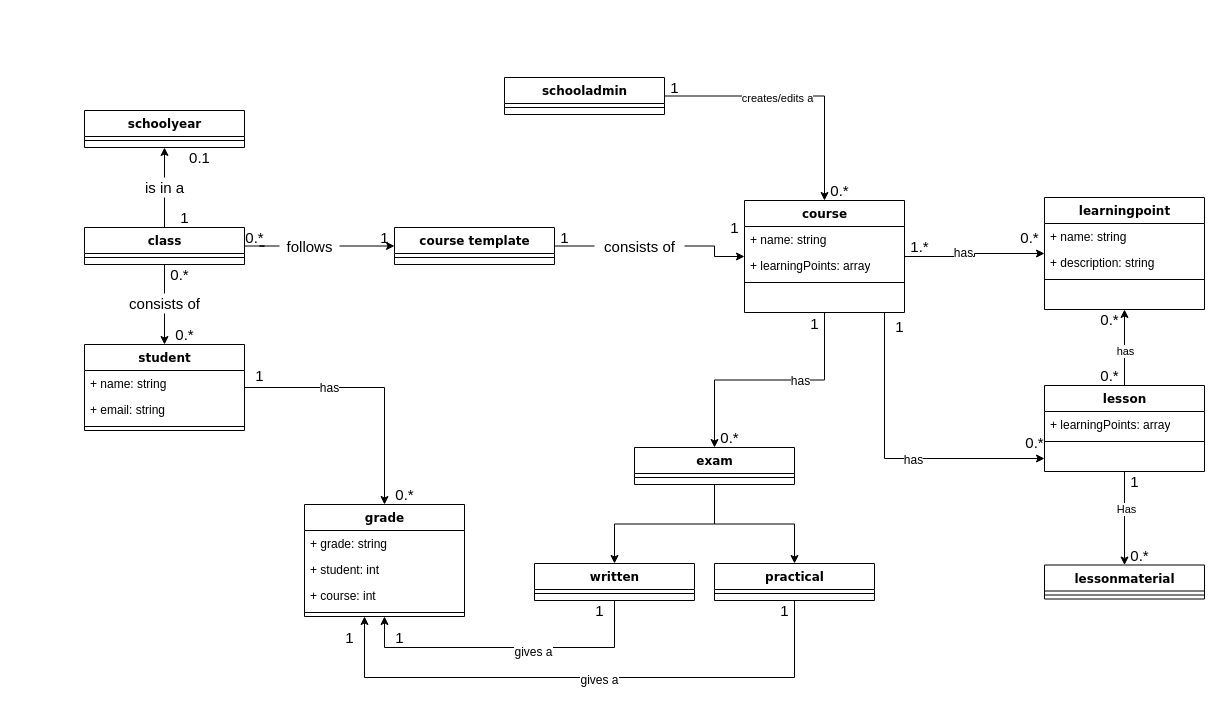
D-Hanna-HAN/OOSE keeps this draw.io diagram as docu/diagrams/domain diagram.drawio. Above is the earlier version. Source tidied: cells renumbered, new cells numbered last; positions are measured from the earlier drawing's top-left corner, leaving out a move shared by most shapes. Both pictures are drawn from the tidied source at 100%, with x=0, y=0 at pixel (84, 77).
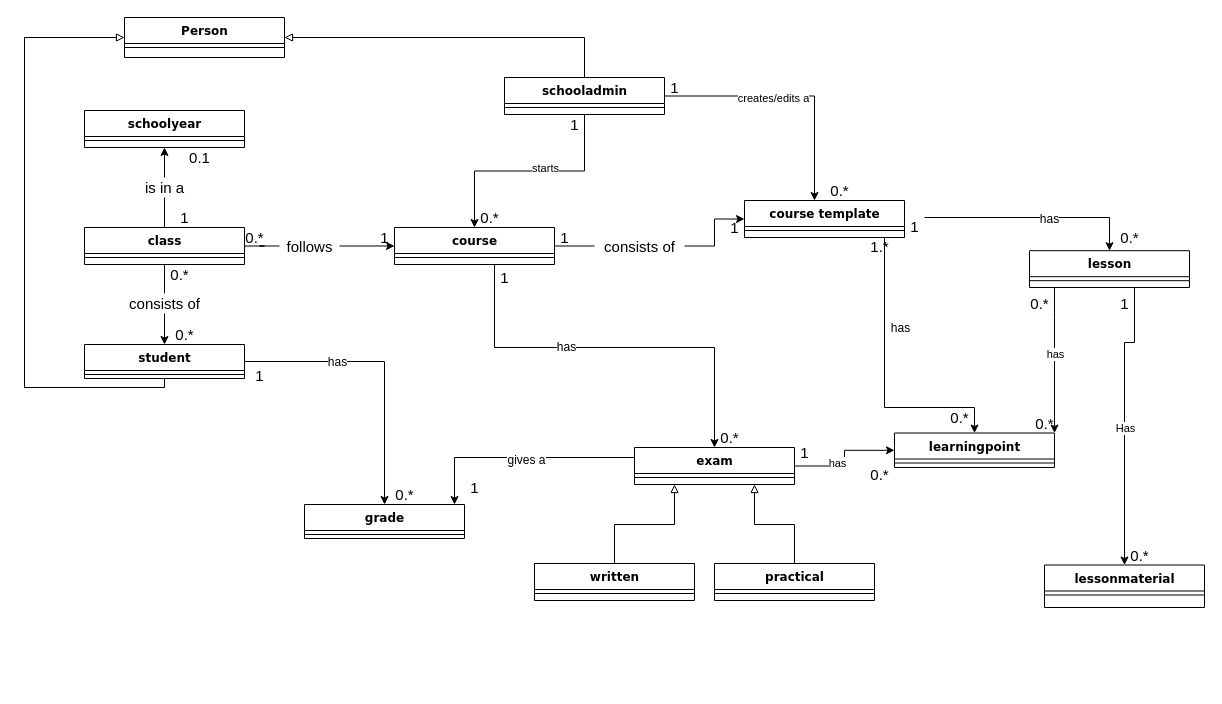
After the change.

Commit message (it also covers changes not shown here):
FO v1.3 added some fully dressed use cases and better domain model

Unchanged cells that the change refers to:
```xml
<mxCell id="41" value="exam" style="swimlane;html=1;fontStyle=1;align=center;verticalAlign=top;horizontal=1;startSize=26;swimlaneFillColor=#ffffff;rounded=0;shadow=0;comic=0;labelBackgroundColor=none;strokeWidth=1;fillColor=none;fontFamily=Verdana;fontSize=12;" parent="1" vertex="1">
  <mxGeometry x="550" y="370" width="160" height="37" as="geometry" />
</mxCell>
<mxCell id="45" value="written" style="swimlane;html=1;fontStyle=1;align=center;verticalAlign=top;horizontal=1;startSize=26;swimlaneFillColor=#ffffff;rounded=0;shadow=0;comic=0;labelBackgroundColor=none;strokeWidth=1;fillColor=none;fontFamily=Verdana;fontSize=12;" parent="1" vertex="1">
  <mxGeometry x="450" y="486" width="160" height="37" as="geometry" />
</mxCell>
<mxCell id="49" value="practical" style="swimlane;html=1;fontStyle=1;align=center;verticalAlign=top;horizontal=1;startSize=26;swimlaneFillColor=#ffffff;rounded=0;shadow=0;comic=0;labelBackgroundColor=none;strokeWidth=1;fillColor=none;fontFamily=Verdana;fontSize=12;" parent="1" vertex="1">
  <mxGeometry x="630" y="486" width="160" height="37" as="geometry" />
</mxCell>
<mxCell id="86" value="schooladmin" style="swimlane;html=1;fontStyle=1;align=center;verticalAlign=top;horizontal=1;startSize=26;swimlaneFillColor=#ffffff;rounded=0;shadow=0;comic=0;labelBackgroundColor=none;strokeWidth=1;fillColor=none;fontFamily=Verdana;fontSize=12;" parent="1" vertex="1">
  <mxGeometry x="420" width="160" height="37" as="geometry" />
</mxCell>
```

The edit, as a diff of the source:
```diff
@@
     <mxCell id="11" value="student" style="swimlane;html=1;fontStyle=1;align=center;verticalAlign=top;horizontal=1;startSize=26;swimlaneFillColor=#ffffff;rounded=0;shadow=0;comic=0;labelBackgroundColor=none;strokeWidth=1;fillColor=none;fontFamily=Verdana;fontSize=12;" parent="1" vertex="1">
-      <mxGeometry y="267" width="160" height="86" as="geometry" />
+      <mxGeometry y="267" width="160" height="34" as="geometry" />
     </mxCell>
-    <mxCell id="12" value="+ name: string" style="text;html=1;strokeColor=none;fillColor=none;align=left;verticalAlign=top;spacingLeft=4;spacingRight=4;whiteSpace=wrap;overflow=hidden;" parent="11" vertex="1">
-      <mxGeometry y="26" width="160" height="26" as="geometry" />
-    </mxCell>
-    <mxCell id="13" value="+ email: string" style="text;html=1;strokeColor=none;fillColor=none;align=left;verticalAlign=top;spacingLeft=4;spacingRight=4;whiteSpace=wrap;overflow=hidden;" parent="11" vertex="1">
-      <mxGeometry y="52" width="160" height="26" as="geometry" />
-    </mxCell>
     <mxCell id="14" style="line;html=1;strokeWidth=1;fillColor=none;align=left;verticalAlign=middle;spacingTop=-1;spacingLeft=3;spacingRight=3;labelPosition=right;" parent="11" vertex="1">
-      <mxGeometry y="78" width="160" height="8" as="geometry" />
+      <mxGeometry y="26" width="160" height="8" as="geometry" />
     </mxCell>
@@
-    <mxCell id="16" value="course template" style="swimlane;html=1;fontStyle=1;align=center;verticalAlign=top;horizontal=1;startSize=26;swimlaneFillColor=#ffffff;rounded=0;shadow=0;comic=0;labelBackgroundColor=none;strokeWidth=1;fillColor=none;fontFamily=Verdana;fontSize=12;" parent="1" vertex="1">
+    <mxCell id="16" value="course" style="swimlane;html=1;fontStyle=1;align=center;verticalAlign=top;horizontal=1;startSize=26;swimlaneFillColor=#ffffff;rounded=0;shadow=0;comic=0;labelBackgroundColor=none;strokeWidth=1;fillColor=none;fontFamily=Verdana;fontSize=12;" parent="1" vertex="1">
       <mxGeometry x="310" y="150" width="160" height="37" as="geometry" />
     </mxCell>
@@
-    <mxCell id="18" style="edgeStyle=orthogonalEdgeStyle;rounded=0;jettySize=auto;html=1;" parent="1" edge="1" source="24" target="32">
+    <mxCell id="18" style="edgeStyle=orthogonalEdgeStyle;rounded=0;jettySize=auto;html=1;startArrow=none;" parent="1" edge="1" source="78" target="32">
       <mxGeometry relative="1" as="geometry">
         <Array as="points">
-          <mxPoint x="800" y="381" />
+          <mxPoint x="1025" y="140" />
         </Array>
       </mxGeometry>
     </mxCell>
@@
     <mxCell id="20" style="edgeStyle=orthogonalEdgeStyle;rounded=0;jettySize=auto;html=1;" parent="1" edge="1" source="24" target="35">
-      <mxGeometry relative="1" as="geometry" />
+      <mxGeometry relative="1" as="geometry">
+        <Array as="points">
+          <mxPoint x="800" y="330" />
+          <mxPoint x="890" y="330" />
+        </Array>
+      </mxGeometry>
     </mxCell>
@@
-    <mxCell id="22" style="edgeStyle=orthogonalEdgeStyle;rounded=0;jettySize=auto;html=1;" parent="1" edge="1" source="24" target="41">
-      <mxGeometry relative="1" as="geometry" />
+    <mxCell id="22" style="edgeStyle=orthogonalEdgeStyle;rounded=0;jettySize=auto;html=1;" parent="1" edge="1" source="16" target="41">
+      <mxGeometry relative="1" as="geometry">
+        <Array as="points">
+          <mxPoint x="410" y="270" />
+          <mxPoint x="630" y="270" />
+        </Array>
+      </mxGeometry>
     </mxCell>
@@
-    <mxCell id="24" value="course" style="swimlane;html=1;fontStyle=1;align=center;verticalAlign=top;horizontal=1;startSize=26;swimlaneFillColor=#ffffff;rounded=0;shadow=0;comic=0;labelBackgroundColor=none;strokeWidth=1;fillColor=none;fontFamily=Verdana;fontSize=12;" parent="1" vertex="1">
-      <mxGeometry x="660" y="123" width="160" height="112" as="geometry" />
+    <mxCell id="24" value="course template" style="swimlane;html=1;fontStyle=1;align=center;verticalAlign=top;horizontal=1;startSize=26;swimlaneFillColor=#ffffff;rounded=0;shadow=0;comic=0;labelBackgroundColor=none;strokeWidth=1;fillColor=none;fontFamily=Verdana;fontSize=12;" parent="1" vertex="1">
+      <mxGeometry x="660" y="123" width="160" height="37" as="geometry" />
     </mxCell>
-    <mxCell id="25" value="+ name: string" style="text;html=1;strokeColor=none;fillColor=none;align=left;verticalAlign=top;spacingLeft=4;spacingRight=4;whiteSpace=wrap;overflow=hidden;" parent="24" vertex="1">
-      <mxGeometry y="26" width="160" height="26" as="geometry" />
-    </mxCell>
-    <mxCell id="26" value="+ learningPoints: array" style="text;html=1;strokeColor=none;fillColor=none;align=left;verticalAlign=top;spacingLeft=4;spacingRight=4;whiteSpace=wrap;overflow=hidden;" parent="24" vertex="1">
-      <mxGeometry y="52" width="160" height="26" as="geometry" />
-    </mxCell>
     <mxCell id="27" style="line;html=1;strokeWidth=1;fillColor=none;align=left;verticalAlign=middle;spacingTop=-1;spacingLeft=3;spacingRight=3;labelPosition=right;" parent="24" vertex="1">
-      <mxGeometry y="78" width="160" height="8" as="geometry" />
+      <mxGeometry y="26" width="160" height="8" as="geometry" />
     </mxCell>
     <mxCell id="28" style="edgeStyle=orthogonalEdgeStyle;rounded=0;jettySize=auto;html=1;" parent="1" edge="1" source="32" target="35">
-      <mxGeometry relative="1" as="geometry" />
+      <mxGeometry relative="1" as="geometry">
+        <Array as="points">
+          <mxPoint x="970" y="240" />
+          <mxPoint x="970" y="240" />
+        </Array>
+      </mxGeometry>
     </mxCell>
@@
     <mxCell id="30" style="edgeStyle=orthogonalEdgeStyle;rounded=0;jettySize=auto;html=1;" parent="1" edge="1" source="32" target="88">
-      <mxGeometry relative="1" as="geometry" />
+      <mxGeometry relative="1" as="geometry">
+        <Array as="points">
+          <mxPoint x="1050" y="265" />
+          <mxPoint x="1040" y="265" />
+        </Array>
+      </mxGeometry>
     </mxCell>
     <mxCell id="31" value="Has" style="edgeLabel;html=1;align=center;verticalAlign=middle;" parent="30" vertex="1">
-      <mxGeometry x="-0.2" y="1" relative="1" as="geometry" />
+      <mxGeometry x="-0.2" y="1" relative="1" as="geometry">
+        <mxPoint x="-1" y="35" as="offset" />
+      </mxGeometry>
     </mxCell>
     <mxCell id="32" value="lesson" style="swimlane;html=1;fontStyle=1;align=center;verticalAlign=top;horizontal=1;startSize=26;swimlaneFillColor=#ffffff;rounded=0;shadow=0;comic=0;labelBackgroundColor=none;strokeWidth=1;fillColor=none;fontFamily=Verdana;fontSize=12;" parent="1" vertex="1">
-      <mxGeometry x="960" y="308" width="160" height="86" as="geometry" />
+      <mxGeometry x="945" y="173.2" width="160" height="36.8" as="geometry" />
     </mxCell>
-    <mxCell id="33" value="+ learningPoints: array" style="text;html=1;strokeColor=none;fillColor=none;align=left;verticalAlign=top;spacingLeft=4;spacingRight=4;whiteSpace=wrap;overflow=hidden;" parent="32" vertex="1">
-      <mxGeometry y="26" width="160" height="26" as="geometry" />
-    </mxCell>
     <mxCell id="34" style="line;html=1;strokeWidth=1;fillColor=none;align=left;verticalAlign=middle;spacingTop=-1;spacingLeft=3;spacingRight=3;labelPosition=right;" parent="32" vertex="1">
-      <mxGeometry y="52" width="160" height="8" as="geometry" />
+      <mxGeometry y="26" width="160" height="8" as="geometry" />
     </mxCell>
     <mxCell id="35" value="learningpoint" style="swimlane;html=1;fontStyle=1;align=center;verticalAlign=top;horizontal=1;startSize=26;swimlaneFillColor=#ffffff;rounded=0;shadow=0;comic=0;labelBackgroundColor=none;strokeWidth=1;fillColor=none;fontFamily=Verdana;fontSize=12;" parent="1" vertex="1">
-      <mxGeometry x="960" y="120" width="160" height="112" as="geometry" />
+      <mxGeometry x="810" y="355.5" width="160" height="34.5" as="geometry" />
     </mxCell>
-    <mxCell id="36" value="+ name: string" style="text;html=1;strokeColor=none;fillColor=none;align=left;verticalAlign=top;spacingLeft=4;spacingRight=4;whiteSpace=wrap;overflow=hidden;" parent="35" vertex="1">
-      <mxGeometry y="26" width="160" height="26" as="geometry" />
-    </mxCell>
-    <mxCell id="37" value="+ description: string" style="text;html=1;strokeColor=none;fillColor=none;align=left;verticalAlign=top;spacingLeft=4;spacingRight=4;whiteSpace=wrap;overflow=hidden;" parent="35" vertex="1">
-      <mxGeometry y="52" width="160" height="26" as="geometry" />
-    </mxCell>
     <mxCell id="38" style="line;html=1;strokeWidth=1;fillColor=none;align=left;verticalAlign=middle;spacingTop=-1;spacingLeft=3;spacingRight=3;labelPosition=right;" parent="35" vertex="1">
-      <mxGeometry y="78" width="160" height="8" as="geometry" />
+      <mxGeometry y="26" width="160" height="8" as="geometry" />
     </mxCell>
-    <mxCell id="39" style="edgeStyle=orthogonalEdgeStyle;rounded=0;jettySize=auto;html=1;" parent="1" edge="1" source="41" target="45">
-      <mxGeometry relative="1" as="geometry" />
+    <mxCell id="39" style="edgeStyle=orthogonalEdgeStyle;rounded=0;jettySize=auto;html=1;startArrow=block;startFill=0;endArrow=none;endFill=0;" parent="1" edge="1" source="41" target="45">
+      <mxGeometry relative="1" as="geometry">
+        <Array as="points">
+          <mxPoint x="590" y="447" />
+          <mxPoint x="530" y="447" />
+        </Array>
+      </mxGeometry>
     </mxCell>
-    <mxCell id="40" style="edgeStyle=orthogonalEdgeStyle;rounded=0;jettySize=auto;html=1;" parent="1" edge="1" source="41" target="49">
-      <mxGeometry relative="1" as="geometry" />
+    <mxCell id="40" style="edgeStyle=orthogonalEdgeStyle;rounded=0;jettySize=auto;html=1;endArrow=none;endFill=0;startArrow=block;startFill=0;" parent="1" edge="1" source="41" target="49">
+      <mxGeometry relative="1" as="geometry">
+        <Array as="points">
+          <mxPoint x="670" y="447" />
+          <mxPoint x="710" y="447" />
+        </Array>
+      </mxGeometry>
     </mxCell>
+    <mxCell id="96" style="edgeStyle=orthogonalEdgeStyle;rounded=0;jettySize=auto;html=1;startArrow=none;startFill=0;endArrow=classic;endFill=1;" parent="1" edge="1" source="41" target="35">
+      <mxGeometry relative="1" as="geometry" />
+    </mxCell>
+    <mxCell id="97" value="has" style="edgeLabel;html=1;align=center;verticalAlign=middle;" parent="96" vertex="1">
+      <mxGeometry x="-0.27" y="3" relative="1" as="geometry" />
+    </mxCell>
@@
-    <mxCell id="43" style="edgeStyle=orthogonalEdgeStyle;rounded=0;jettySize=auto;html=1;" parent="1" edge="1" source="45" target="51">
-      <mxGeometry relative="1" as="geometry">
-        <Array as="points">
-          <mxPoint x="530" y="570" />
-          <mxPoint x="300" y="570" />
-        </Array>
-      </mxGeometry>
-    </mxCell>
-    <mxCell id="44" value="gives a" style="edgeLabel;html=1;align=center;verticalAlign=middle;fontSize=12;" parent="43" vertex="1">
-      <mxGeometry x="-0.16" y="4" relative="1" as="geometry" />
-    </mxCell>
@@
-    <mxCell id="47" style="edgeStyle=orthogonalEdgeStyle;rounded=0;jettySize=auto;html=1;" parent="1" edge="1" source="49" target="51">
+    <mxCell id="47" style="edgeStyle=orthogonalEdgeStyle;rounded=0;jettySize=auto;html=1;" parent="1" edge="1" source="41" target="51">
       <mxGeometry relative="1" as="geometry">
         <Array as="points">
-          <mxPoint x="710" y="600" />
-          <mxPoint x="280" y="600" />
+          <mxPoint x="370" y="380" />
         </Array>
       </mxGeometry>
     </mxCell>
@@
     <mxCell id="51" value="grade" style="swimlane;html=1;fontStyle=1;align=center;verticalAlign=top;horizontal=1;startSize=26;swimlaneFillColor=#ffffff;rounded=0;shadow=0;comic=0;labelBackgroundColor=none;strokeWidth=1;fillColor=none;fontFamily=Verdana;fontSize=12;" parent="1" vertex="1">
-      <mxGeometry x="220" y="427" width="160" height="112" as="geometry" />
+      <mxGeometry x="220" y="427" width="160" height="34" as="geometry" />
     </mxCell>
-    <mxCell id="52" value="+ grade: string" style="text;html=1;strokeColor=none;fillColor=none;align=left;verticalAlign=top;spacingLeft=4;spacingRight=4;whiteSpace=wrap;overflow=hidden;" parent="51" vertex="1">
-      <mxGeometry y="26" width="160" height="26" as="geometry" />
-    </mxCell>
-    <mxCell id="53" value="+ student: int" style="text;html=1;strokeColor=none;fillColor=none;align=left;verticalAlign=top;spacingLeft=4;spacingRight=4;whiteSpace=wrap;overflow=hidden;" parent="51" vertex="1">
-      <mxGeometry y="52" width="160" height="26" as="geometry" />
-    </mxCell>
-    <mxCell id="54" value="+ course: int" style="text;html=1;strokeColor=none;fillColor=none;align=left;verticalAlign=top;spacingLeft=4;spacingRight=4;whiteSpace=wrap;overflow=hidden;" parent="51" vertex="1">
-      <mxGeometry y="78" width="160" height="26" as="geometry" />
-    </mxCell>
     <mxCell id="55" style="line;html=1;strokeWidth=1;fillColor=none;align=left;verticalAlign=middle;spacingTop=-1;spacingLeft=3;spacingRight=3;labelPosition=right;" parent="51" vertex="1">
-      <mxGeometry y="104" width="160" height="8" as="geometry" />
+      <mxGeometry y="26" width="160" height="8" as="geometry" />
     </mxCell>
@@
     <mxCell id="74" value="&lt;font style=&quot;font-size: 15px&quot;&gt;1&lt;/font&gt;" style="text;html=1;align=center;verticalAlign=middle;strokeColor=none;fillColor=none;" parent="1" vertex="1">
-      <mxGeometry x="720" y="236" width="20" height="20" as="geometry" />
+      <mxGeometry x="410" y="190" width="20" height="20" as="geometry" />
     </mxCell>
@@
     <mxCell id="76" value="&lt;font style=&quot;font-size: 15px&quot;&gt;1.*&lt;/font&gt;" style="text;html=1;align=center;verticalAlign=middle;strokeColor=none;fillColor=none;" parent="1" vertex="1">
-      <mxGeometry x="820" y="158.5" width="30" height="20" as="geometry" />
+      <mxGeometry x="780" y="158.5" width="30" height="20" as="geometry" />
     </mxCell>
     <mxCell id="77" value="&lt;font style=&quot;font-size: 15px&quot;&gt;0.*&lt;/font&gt;" style="text;html=1;align=center;verticalAlign=middle;strokeColor=none;fillColor=none;" parent="1" vertex="1">
-      <mxGeometry x="930" y="150" width="30" height="20" as="geometry" />
+      <mxGeometry x="860" y="330" width="30" height="20" as="geometry" />
     </mxCell>
-    <mxCell id="78" value="&lt;font style=&quot;font-size: 15px&quot;&gt;1&lt;/font&gt;" style="text;html=1;align=center;verticalAlign=middle;points=[];strokeColor=none;fillColor=none;" parent="1" vertex="1">
-      <mxGeometry x="805" y="239" width="20" height="20" as="geometry" />
-    </mxCell>
     <mxCell id="79" value="&lt;font style=&quot;font-size: 15px&quot;&gt;0.*&lt;/font&gt;" style="text;html=1;align=center;verticalAlign=middle;strokeColor=none;fillColor=none;" parent="1" vertex="1">
-      <mxGeometry x="935" y="355" width="30" height="20" as="geometry" />
+      <mxGeometry x="1030" y="150" width="30" height="20" as="geometry" />
     </mxCell>
-    <mxCell id="80" value="&lt;font style=&quot;font-size: 15px&quot;&gt;1&lt;/font&gt;" style="text;html=1;align=center;verticalAlign=middle;strokeColor=none;fillColor=none;" parent="1" vertex="1">
-      <mxGeometry x="505" y="523" width="20" height="20" as="geometry" />
-    </mxCell>
     <mxCell id="81" value="&lt;font style=&quot;font-size: 15px&quot;&gt;1&lt;/font&gt;" style="text;html=1;align=center;verticalAlign=middle;strokeColor=none;fillColor=none;" parent="1" vertex="1">
-      <mxGeometry x="305" y="550" width="20" height="20" as="geometry" />
+      <mxGeometry x="380" y="400" width="20" height="20" as="geometry" />
     </mxCell>
-    <mxCell id="82" value="&lt;font style=&quot;font-size: 15px&quot;&gt;1&lt;/font&gt;" style="text;html=1;align=center;verticalAlign=middle;strokeColor=none;fillColor=none;" parent="1" vertex="1">
-      <mxGeometry x="690" y="523" width="20" height="20" as="geometry" />
-    </mxCell>
-    <mxCell id="83" value="&lt;font style=&quot;font-size: 15px&quot;&gt;1&lt;/font&gt;" style="text;html=1;align=center;verticalAlign=middle;strokeColor=none;fillColor=none;" parent="1" vertex="1">
-      <mxGeometry x="255" y="550" width="20" height="20" as="geometry" />
-    </mxCell>
     <mxCell id="84" style="edgeStyle=orthogonalEdgeStyle;rounded=0;jettySize=auto;html=1;" parent="1" edge="1" source="86" target="24">
-      <mxGeometry relative="1" as="geometry" />
+      <mxGeometry relative="1" as="geometry">
+        <Array as="points">
+          <mxPoint x="730" y="19" />
+        </Array>
+      </mxGeometry>
     </mxCell>
@@
+    <mxCell id="98" style="edgeStyle=orthogonalEdgeStyle;rounded=0;jettySize=auto;html=1;startArrow=none;startFill=0;endArrow=classic;endFill=1;" parent="1" edge="1" source="86" target="16">
+      <mxGeometry relative="1" as="geometry" />
+    </mxCell>
+    <mxCell id="99" value="starts" style="edgeLabel;html=1;align=center;verticalAlign=middle;" parent="98" vertex="1">
+      <mxGeometry x="-0.14" y="-3" relative="1" as="geometry" />
+    </mxCell>
@@
     <mxCell id="88" value="lessonmaterial" style="swimlane;html=1;fontStyle=1;align=center;verticalAlign=top;horizontal=1;startSize=26;swimlaneFillColor=#ffffff;rounded=0;shadow=0;comic=0;labelBackgroundColor=none;strokeWidth=1;fillColor=none;fontFamily=Verdana;fontSize=12;" parent="1" vertex="1">
-      <mxGeometry x="960" y="487.5" width="160" height="34" as="geometry" />
+      <mxGeometry x="960" y="487.5" width="160" height="42.5" as="geometry" />
     </mxCell>
@@
     <mxCell id="90" value="&lt;font style=&quot;font-size: 15px&quot;&gt;1&lt;/font&gt;" style="text;html=1;align=center;verticalAlign=middle;strokeColor=none;fillColor=none;" parent="1" vertex="1">
-      <mxGeometry x="1040" y="394" width="20" height="20" as="geometry" />
+      <mxGeometry x="1030" y="216" width="20" height="20" as="geometry" />
     </mxCell>
@@
     <mxCell id="94" value="&lt;font style=&quot;font-size: 15px&quot;&gt;0.*&lt;/font&gt;" style="text;html=1;align=center;verticalAlign=middle;strokeColor=none;fillColor=none;" parent="1" vertex="1">
-      <mxGeometry x="1010" y="288" width="30" height="20" as="geometry" />
+      <mxGeometry x="940" y="216" width="30" height="20" as="geometry" />
     </mxCell>
     <mxCell id="95" value="&lt;font style=&quot;font-size: 15px&quot;&gt;0.*&lt;/font&gt;" style="text;html=1;align=center;verticalAlign=middle;strokeColor=none;fillColor=none;" parent="1" vertex="1">
-      <mxGeometry x="1010" y="232" width="30" height="20" as="geometry" />
+      <mxGeometry x="945" y="335.5" width="30" height="20" as="geometry" />
     </mxCell>
+    <mxCell id="100" style="edgeStyle=orthogonalEdgeStyle;rounded=0;jettySize=auto;html=1;startArrow=block;startFill=0;endArrow=none;endFill=0;" parent="1" edge="1" source="102" target="86">
+      <mxGeometry relative="1" as="geometry" />
+    </mxCell>
+    <mxCell id="101" style="edgeStyle=orthogonalEdgeStyle;rounded=0;jettySize=auto;html=1;startArrow=block;startFill=0;endArrow=none;endFill=0;" parent="1" edge="1" source="102" target="11">
+      <mxGeometry relative="1" as="geometry">
+        <Array as="points">
+          <mxPoint x="-60" y="-40" />
+          <mxPoint x="-60" y="310" />
+          <mxPoint x="80" y="310" />
+        </Array>
+      </mxGeometry>
+    </mxCell>
+    <mxCell id="102" value="Person" style="swimlane;html=1;fontStyle=1;align=center;verticalAlign=top;horizontal=1;startSize=26;swimlaneFillColor=#ffffff;rounded=0;shadow=0;comic=0;labelBackgroundColor=none;strokeWidth=1;fillColor=none;fontFamily=Verdana;fontSize=12;" parent="1" vertex="1">
+      <mxGeometry x="40" y="-60" width="160" height="40" as="geometry" />
+    </mxCell>
+    <mxCell id="103" style="line;html=1;strokeWidth=1;fillColor=none;align=left;verticalAlign=middle;spacingTop=-1;spacingLeft=3;spacingRight=3;labelPosition=right;" parent="102" vertex="1">
+      <mxGeometry y="26" width="160" height="8" as="geometry" />
+    </mxCell>
+    <mxCell id="104" value="&lt;font style=&quot;font-size: 15px&quot;&gt;1&lt;/font&gt;" style="text;html=1;align=center;verticalAlign=middle;strokeColor=none;fillColor=none;" parent="1" vertex="1">
+      <mxGeometry x="710" y="365" width="20" height="20" as="geometry" />
+    </mxCell>
+    <mxCell id="105" value="&lt;font style=&quot;font-size: 15px&quot;&gt;0.*&lt;/font&gt;" style="text;html=1;align=center;verticalAlign=middle;strokeColor=none;fillColor=none;" parent="1" vertex="1">
+      <mxGeometry x="780" y="387" width="30" height="20" as="geometry" />
+    </mxCell>
+    <mxCell id="106" value="&lt;font style=&quot;font-size: 15px&quot;&gt;1&lt;/font&gt;" style="text;html=1;align=center;verticalAlign=middle;strokeColor=none;fillColor=none;" parent="1" vertex="1">
+      <mxGeometry x="480" y="37" width="20" height="20" as="geometry" />
+    </mxCell>
+    <mxCell id="107" value="&lt;font style=&quot;font-size: 15px&quot;&gt;0.*&lt;/font&gt;" style="text;html=1;align=center;verticalAlign=middle;strokeColor=none;fillColor=none;" parent="1" vertex="1">
+      <mxGeometry x="390" y="130" width="30" height="20" as="geometry" />
+    </mxCell>
+    <mxCell id="78" value="&lt;font style=&quot;font-size: 15px&quot;&gt;1&lt;/font&gt;" style="text;html=1;align=center;verticalAlign=middle;points=[];strokeColor=none;fillColor=none;" parent="1" vertex="1">
+      <mxGeometry x="820" y="138.5" width="20" height="20" as="geometry" />
+    </mxCell>
```
